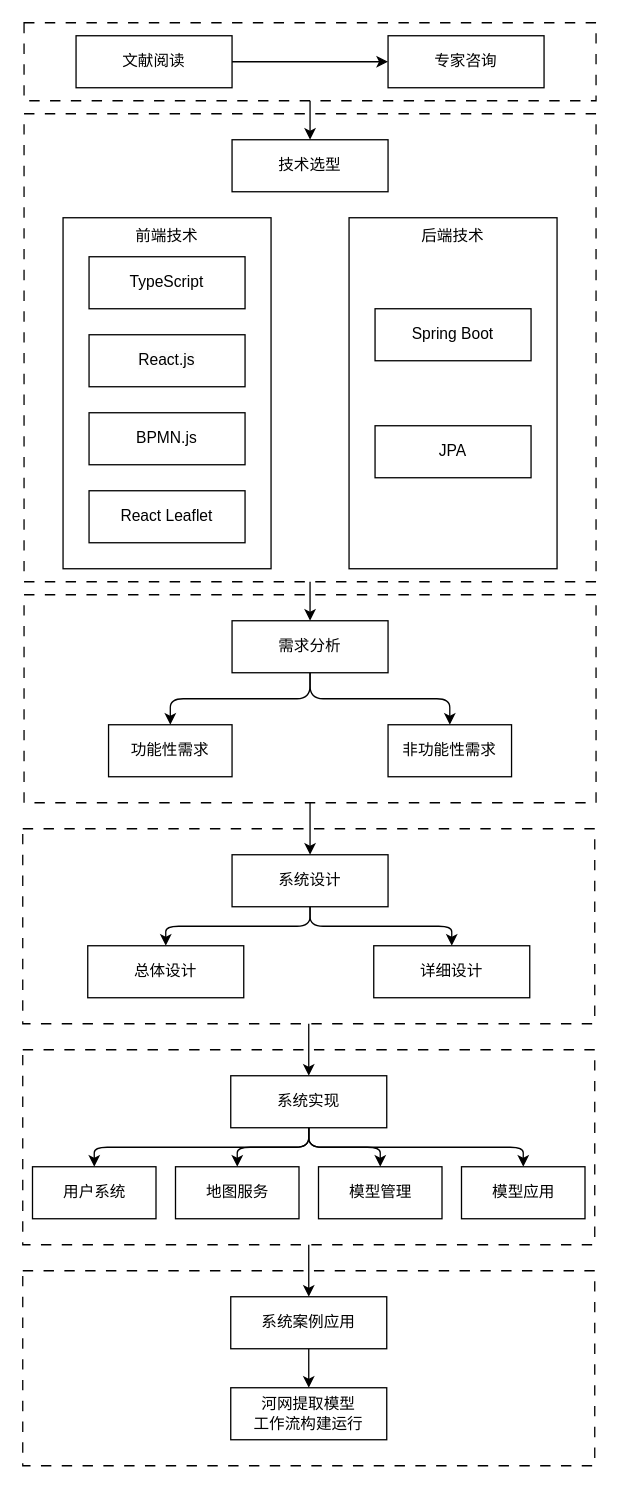
Above: page "第 1 页" (1 of 2) of 本科毕设/技术路线图.drawio in Orangon/drawio-digrams (draw.io), before the change. Source tidied: cells renumbered, new cells numbered last; positions are measured from the earlier drawing's top-left corner, leaving out a move shared by most shapes. Both pictures are drawn from the tidied source at 130%, with x=0, y=0 at pixel (22, 22).
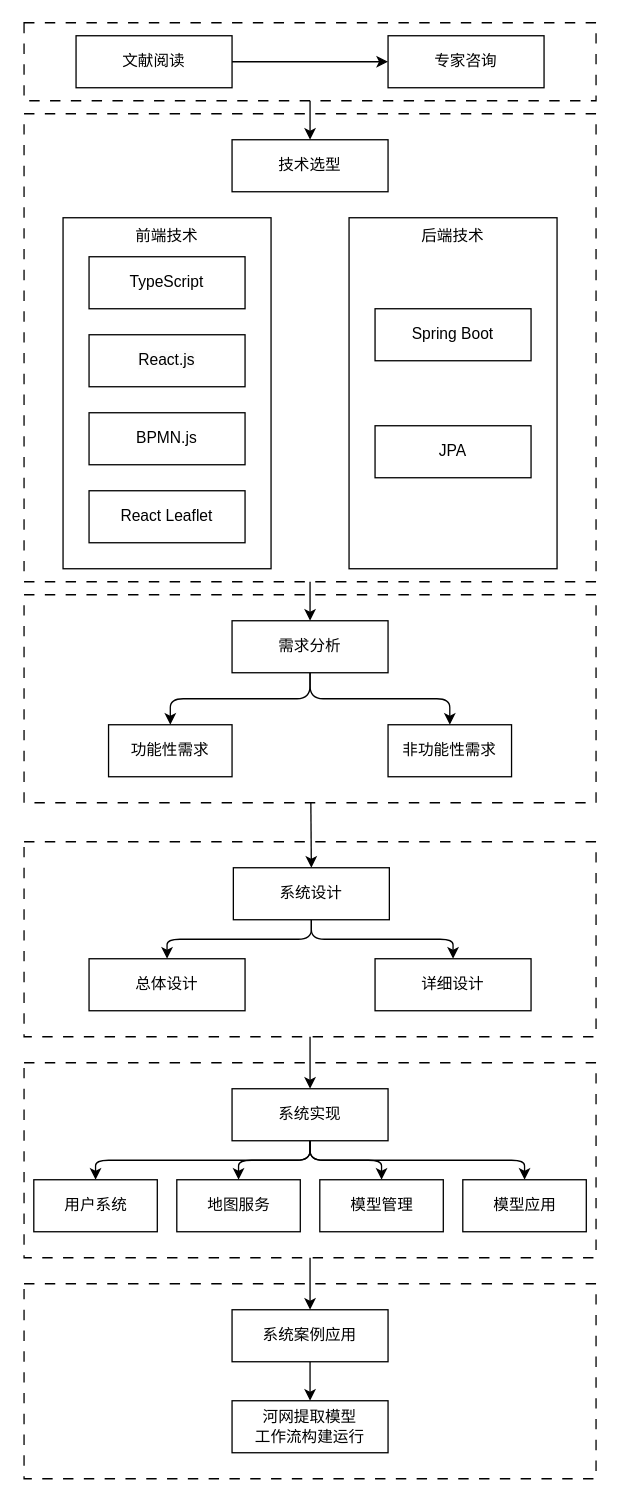
The same page after the edit.

Commit message:
更新技术路线图.drawio

The change refers to these unchanged cells:
```xml
<mxCell id="11" style="rounded=0;whiteSpace=wrap;html=1;fillColor=none;dashed=1;dashPattern=8 8;" parent="1" vertex="1">
  <mxGeometry x="1" y="440" width="440" height="160" as="geometry" />
</mxCell>
```

Change to the diagram source:
```diff
@@
-    <mxCell id="10" style="edgeStyle=orthogonalEdgeStyle;rounded=0;jettySize=auto;html=1;entryX=0.5;entryY=0;entryDx=0;entryDy=0;" parent="1" edge="1" source="11" target="19">
+    <mxCell id="10" style="rounded=0;jettySize=auto;html=1;entryX=0.5;entryY=0;entryDx=0;entryDy=0;" parent="1" edge="1" source="11" target="19">
       <mxGeometry relative="1" as="geometry" />
     </mxCell>
@@
     <mxCell id="16" style="rounded=0;whiteSpace=wrap;html=1;fillColor=none;dashed=1;dashPattern=8 8;" parent="1" vertex="1">
-      <mxGeometry y="620" width="440" height="150" as="geometry" />
+      <mxGeometry x="1" y="630" width="440" height="150" as="geometry" />
     </mxCell>
@@
     <mxCell id="19" value="系统设计" style="rounded=0;whiteSpace=wrap;html=1;" parent="1" vertex="1">
-      <mxGeometry x="161" y="640" width="120" height="40" as="geometry" />
+      <mxGeometry x="162" y="650" width="120" height="40" as="geometry" />
     </mxCell>
     <mxCell id="20" value="详细设计" style="rounded=0;whiteSpace=wrap;html=1;" parent="1" vertex="1">
-      <mxGeometry x="270" y="710" width="120" height="40" as="geometry" />
+      <mxGeometry x="271" y="720" width="120" height="40" as="geometry" />
     </mxCell>
     <mxCell id="21" value="总体设计" style="rounded=0;whiteSpace=wrap;html=1;" parent="1" vertex="1">
-      <mxGeometry x="50" y="710" width="120" height="40" as="geometry" />
+      <mxGeometry x="51" y="720" width="120" height="40" as="geometry" />
     </mxCell>
@@
     <mxCell id="23" style="rounded=0;whiteSpace=wrap;html=1;fillColor=none;dashed=1;dashPattern=8 8;" parent="1" vertex="1">
-      <mxGeometry y="790" width="440" height="150" as="geometry" />
+      <mxGeometry x="1" y="800" width="440" height="150" as="geometry" />
     </mxCell>
@@
     <mxCell id="28" value="系统实现" style="rounded=0;whiteSpace=wrap;html=1;" parent="1" vertex="1">
-      <mxGeometry x="160" y="810" width="120" height="40" as="geometry" />
+      <mxGeometry x="161" y="820" width="120" height="40" as="geometry" />
     </mxCell>
     <mxCell id="29" style="rounded=0;whiteSpace=wrap;html=1;fillColor=none;dashed=1;dashPattern=8 8;" parent="1" vertex="1">
-      <mxGeometry y="960" width="440" height="150" as="geometry" />
+      <mxGeometry x="1" y="970" width="440" height="150" as="geometry" />
     </mxCell>
@@
     <mxCell id="31" value="系统案例应用" style="rounded=0;whiteSpace=wrap;html=1;" parent="1" vertex="1">
-      <mxGeometry x="160" y="980" width="120" height="40" as="geometry" />
+      <mxGeometry x="161" y="990" width="120" height="40" as="geometry" />
     </mxCell>
@@
     <mxCell id="39" value="河网提取模型&lt;br&gt;工作流构建运行" style="rounded=0;whiteSpace=wrap;html=1;" parent="1" vertex="1">
-      <mxGeometry x="160" y="1050" width="120" height="40" as="geometry" />
+      <mxGeometry x="161" y="1060" width="120" height="40" as="geometry" />
     </mxCell>
     <mxCell id="40" value="用户系统" style="rounded=0;whiteSpace=wrap;html=1;" parent="1" vertex="1">
-      <mxGeometry x="7.5" y="880" width="95" height="40" as="geometry" />
+      <mxGeometry x="8.5" y="890" width="95" height="40" as="geometry" />
     </mxCell>
     <mxCell id="41" value="地图服务" style="rounded=0;whiteSpace=wrap;html=1;" parent="1" vertex="1">
-      <mxGeometry x="117.5" y="880" width="95" height="40" as="geometry" />
+      <mxGeometry x="118.5" y="890" width="95" height="40" as="geometry" />
     </mxCell>
     <mxCell id="42" value="模型管理" style="rounded=0;whiteSpace=wrap;html=1;" parent="1" vertex="1">
-      <mxGeometry x="227.5" y="880" width="95" height="40" as="geometry" />
+      <mxGeometry x="228.5" y="890" width="95" height="40" as="geometry" />
     </mxCell>
     <mxCell id="43" value="模型应用" style="rounded=0;whiteSpace=wrap;html=1;" parent="1" vertex="1">
-      <mxGeometry x="337.5" y="880" width="95" height="40" as="geometry" />
+      <mxGeometry x="338.5" y="890" width="95" height="40" as="geometry" />
     </mxCell>
```
